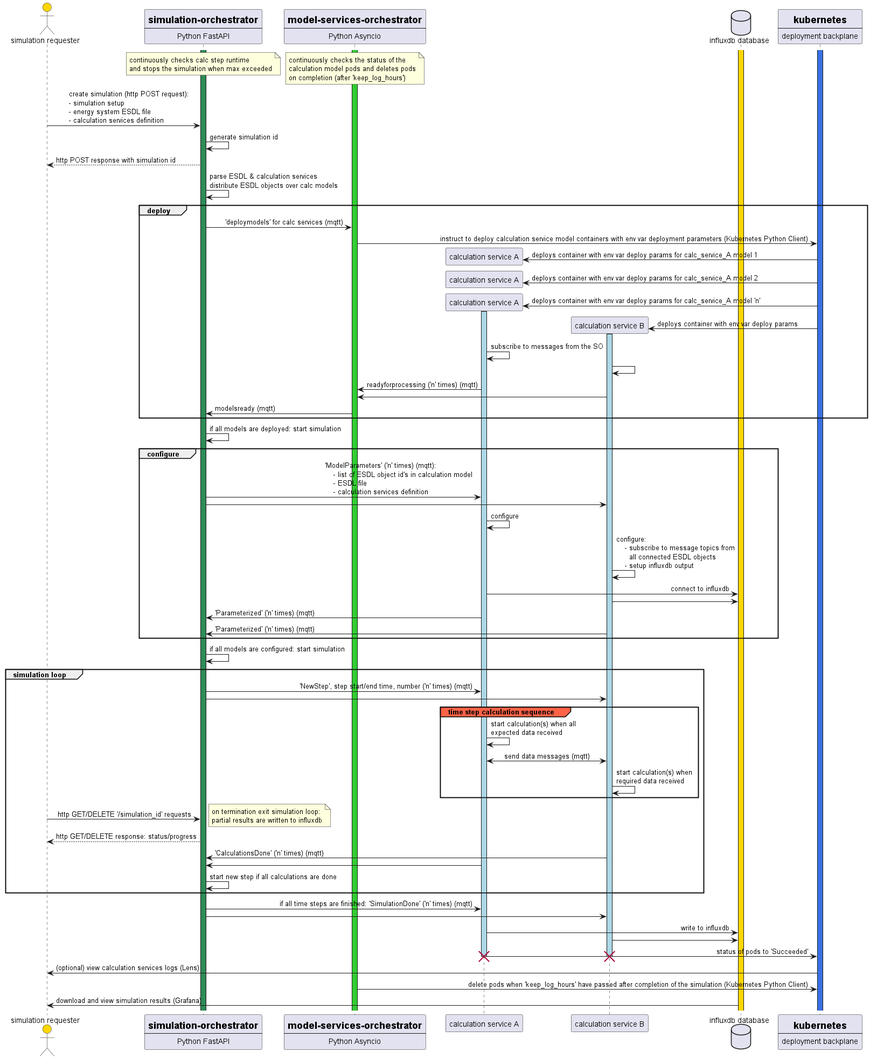
The PlantUML diagram docs/dots_go-e_sequence_diagram.png in dots-energy/dots-simulation-orchestrator, before a commit. Its diagram source:
```plantuml
@startuml
skinparam sequencemessagealign reversedirection
skinparam backgroundColor transparent

skinparam actorBackgroundColor Gold


actor "simulation requester" as sim_req
participant so [
    = simulation-orchestrator
    ----
    Python FastAPI
]
participant mso [
    = model-services-orchestrator
    ----
    Python Asyncio
]
participant "calculation service A" as service_A
participant "calculation service B" as service_B

database "influxdb database" as influxdb
participant deploy_plane [
    = kubernetes
    ----
    deployment backplane
]

activate mso #limegreen
activate so #seagreen
activate influxdb #gold
activate deploy_plane #3970e4

note over so
    continuously checks calc step runtime
    and stops the simulation when max exceeded
end note
/ note over mso
    continuously checks the status of the
    calculation model pods and deletes pods
    on completion (after 'keep_log_hours')
end note

sim_req -> so : create simulation (http POST request): \n- simulation setup\n- energy system ESDL file \n- calculation services definition

so -> so : generate simulation id
so --> sim_req : http POST response with simulation id
so -> so : parse ESDL & calculation services\ndistribute ESDL objects over calc models

    group deploy
    so -> mso : 'deploymodels' for calc services (mqtt)
    mso -> deploy_plane : instruct to deploy calculation service model containers with env var deployment parameters (Kubernetes Python Client)

    create service_A
    deploy_plane -> service_A : deploys container with env var deploy params for calc_service_A model 1
    create service_A
    deploy_plane -> service_A : deploys container with env var deploy params for calc_service_A model 2
    create service_A
    deploy_plane -> service_A : deploys container with env var deploy params for calc_service_A model 'n'
    activate service_A #lightblue
    create service_B
    deploy_plane -> service_B : deploys container with env var deploy params
    activate service_B #lightblue

    service_A -> service_A : subscribe to messages from the SO
    service_B -> service_B :
    service_A -> mso : readyforprocessing ('n' times) (mqtt)
    service_B -> mso

    mso -> so : modelsready (mqtt)
    end

so -> so : if all models are deployed: start simulation

    group configure
    so -> service_A : 'ModelParameters' ('n' times) (mqtt):\n    - list of ESDL object id's in calculation model\n    - ESDL file\n    - calculation services definition
    so -> service_B :

    service_A -> service_A : configure
    service_B -> service_B : configure:\n    - subscribe to message topics from\n      all connected ESDL objects\n    - setup influxdb output

    service_A -> influxdb : connect to influxdb
    service_B -> influxdb

    service_A -> so : 'Parameterized' ('n' times) (mqtt)
    service_B -> so : 'Parameterized' ('n' times) (mqtt)
    end

so -> so : if all models are configured: start simulation

    group simulation loop
    so -> service_A : 'NewStep', step start/end time, number ('n' times) (mqtt)
    so -> service_B :

        group#tomato time step calculation sequence
        service_A -> service_A : start calculation(s) when all\nexpected data received
        service_A <-> service_B : send data messages (mqtt)
        service_B -> service_B : start calculation(s) when\nrequired data received
        end

    sim_req -> so: http GET/DELETE '/simulation_id' requests
        note right
           on termination exit simulation loop:
           partial results are written to influxdb
        end note
    so --> sim_req: http GET/DELETE response: status/progress

    service_B -> so : 'CalculationsDone' ('n' times) (mqtt)
    service_A -> so :

    so -> so : start new step if all calculations are done
    end

so -> service_A : if all time steps are finished: 'SimulationDone' ('n' times) (mqtt)
so -> service_B :
service_A -> influxdb : write to influxdb
service_B -> influxdb :
service_A -> deploy_plane : status of pods to 'Succeeded'
deactivate service_A
destroy service_A
deactivate service_B
destroy service_B

sim_req <- deploy_plane : (optional) view calculation services logs (Lens)
mso -> deploy_plane : delete pods when 'keep_log_hours' have passed after completion of the simulation (Kubernetes Python Client)

sim_req <- influxdb : download and view simulation results (Grafana)

@enduml
```
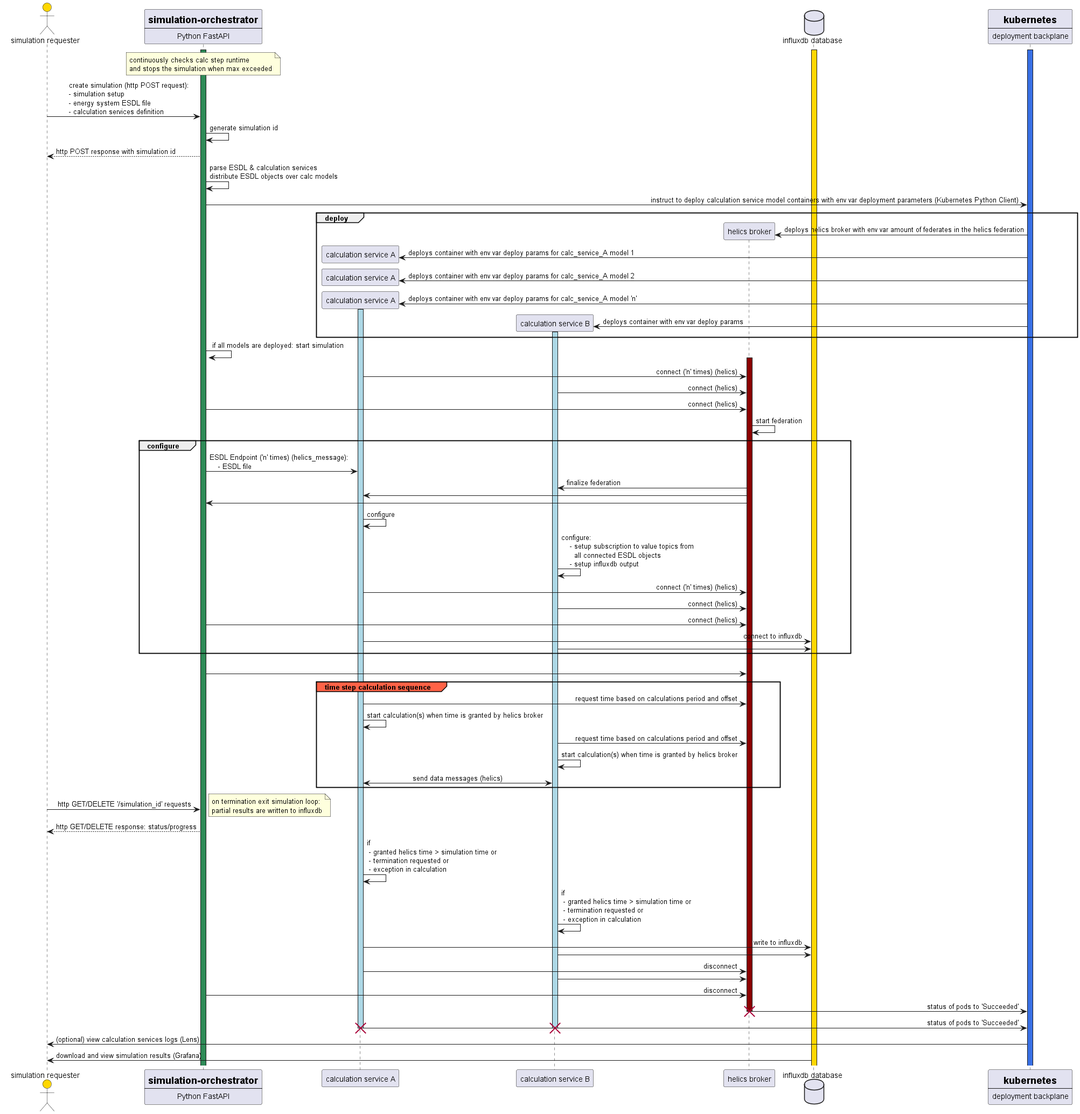
Later version of the same file.

Change to the diagram source:
```diff
@@ -1,6 +1,6 @@
 @startuml
 skinparam sequencemessagealign reversedirection
-skinparam backgroundColor transparent
+skinparam backgroundColor white
 
 skinparam actorBackgroundColor Gold
 
@@ -11,13 +11,9 @@
     ----
     Python FastAPI
 ]
-participant mso [
-    = model-services-orchestrator
-    ----
-    Python Asyncio
-]
 participant "calculation service A" as service_A
 participant "calculation service B" as service_B
+participant "helics broker" as broker
 
 database "influxdb database" as influxdb
 participant deploy_plane [
@@ -26,7 +22,6 @@
     deployment backplane
 ]
 
-activate mso #limegreen
 activate so #seagreen
 activate influxdb #gold
 activate deploy_plane #3970e4
@@ -35,22 +30,19 @@
     continuously checks calc step runtime
     and stops the simulation when max exceeded
 end note
-/ note over mso
-    continuously checks the status of the
-    calculation model pods and deletes pods
-    on completion (after 'keep_log_hours')
-end note
 
 sim_req -> so : create simulation (http POST request): \n- simulation setup\n- energy system ESDL file \n- calculation services definition
 
 so -> so : generate simulation id
 so --> sim_req : http POST response with simulation id
+
 so -> so : parse ESDL & calculation services\ndistribute ESDL objects over calc models
+so -> deploy_plane : instruct to deploy calculation service model containers with env var deployment parameters (Kubernetes Python Client)
 
     group deploy
-    so -> mso : 'deploymodels' for calc services (mqtt)
-    mso -> deploy_plane : instruct to deploy calculation service model containers with env var deployment parameters (Kubernetes Python Client)
 
+    create broker
+    deploy_plane -> broker : deploys helics broker with env var amount of federates in the helics federation
     create service_A
     deploy_plane -> service_A : deploys container with env var deploy params for calc_service_A model 1
     create service_A
@@ -62,40 +54,42 @@
     deploy_plane -> service_B : deploys container with env var deploy params
     activate service_B #lightblue
 
-    service_A -> service_A : subscribe to messages from the SO
-    service_B -> service_B :
-    service_A -> mso : readyforprocessing ('n' times) (mqtt)
-    service_B -> mso
-
-    mso -> so : modelsready (mqtt)
     end
 
 so -> so : if all models are deployed: start simulation
-
+    activate broker #darkred
+    service_A -> broker : connect ('n' times) (helics)
+    service_B -> broker : connect (helics)
+    so -> broker : connect (helics)
+    broker -> broker : start federation
     group configure
-    so -> service_A : 'ModelParameters' ('n' times) (mqtt):\n    - list of ESDL object id's in calculation model\n    - ESDL file\n    - calculation services definition
-    so -> service_B :
+    so -> service_A : ESDL Endpoint ('n' times) (helics_message):\n    - ESDL file
+    broker -> service_B : finalize federation
+    broker -> service_A :
+    broker -> so
 
     service_A -> service_A : configure
-    service_B -> service_B : configure:\n    - subscribe to message topics from\n      all connected ESDL objects\n    - setup influxdb output
+    service_B -> service_B : configure:\n    - setup subscription to value topics from\n      all connected ESDL objects\n    - setup influxdb output
+
+    service_A -> broker : connect ('n' times) (helics)
+    service_B -> broker : connect (helics)
+    so -> broker : connect (helics)
 
     service_A -> influxdb : connect to influxdb
     service_B -> influxdb
 
-    service_A -> so : 'Parameterized' ('n' times) (mqtt)
-    service_B -> so : 'Parameterized' ('n' times) (mqtt)
+
     end
 
-so -> so : if all models are configured: start simulation
-
     group simulation loop
-    so -> service_A : 'NewStep', step start/end time, number ('n' times) (mqtt)
-    so -> service_B :
+    so -> broker
 
         group#tomato time step calculation sequence
-        service_A -> service_A : start calculation(s) when all\nexpected data received
-        service_A <-> service_B : send data messages (mqtt)
-        service_B -> service_B : start calculation(s) when\nrequired data received
+        service_A -> broker : request time based on calculations period and offset
+        service_A -> service_A : start calculation(s) when time is granted by helics broker
+        service_B -> broker : request time based on calculations period and offset
+        service_B -> service_B : start calculation(s) when time is granted by helics broker
+        service_A <-> service_B : send data messages (helics)
         end
 
     sim_req -> so: http GET/DELETE '/simulation_id' requests
@@ -105,16 +99,16 @@
         end note
     so --> sim_req: http GET/DELETE response: status/progress
 
-    service_B -> so : 'CalculationsDone' ('n' times) (mqtt)
-    service_A -> so :
-
-    so -> so : start new step if all calculations are done
-    end
-
-so -> service_A : if all time steps are finished: 'SimulationDone' ('n' times) (mqtt)
-so -> service_B :
+service_A -> service_A : if \n - granted helics time > simulation time or \n - termination requested or \n - exception in calculation
+service_B -> service_B : if \n - granted helics time > simulation time or \n - termination requested or \n - exception in calculation
 service_A -> influxdb : write to influxdb
 service_B -> influxdb :
+service_A -> broker : disconnect
+service_B -> broker :
+so -> broker : disconnect
+broker -> deploy_plane : status of pods to 'Succeeded'
+deactivate broker
+destroy broker
 service_A -> deploy_plane : status of pods to 'Succeeded'
 deactivate service_A
 destroy service_A
@@ -122,7 +116,6 @@
 destroy service_B
 
 sim_req <- deploy_plane : (optional) view calculation services logs (Lens)
-mso -> deploy_plane : delete pods when 'keep_log_hours' have passed after completion of the simulation (Kubernetes Python Client)
 
 sim_req <- influxdb : download and view simulation results (Grafana)
 
```
